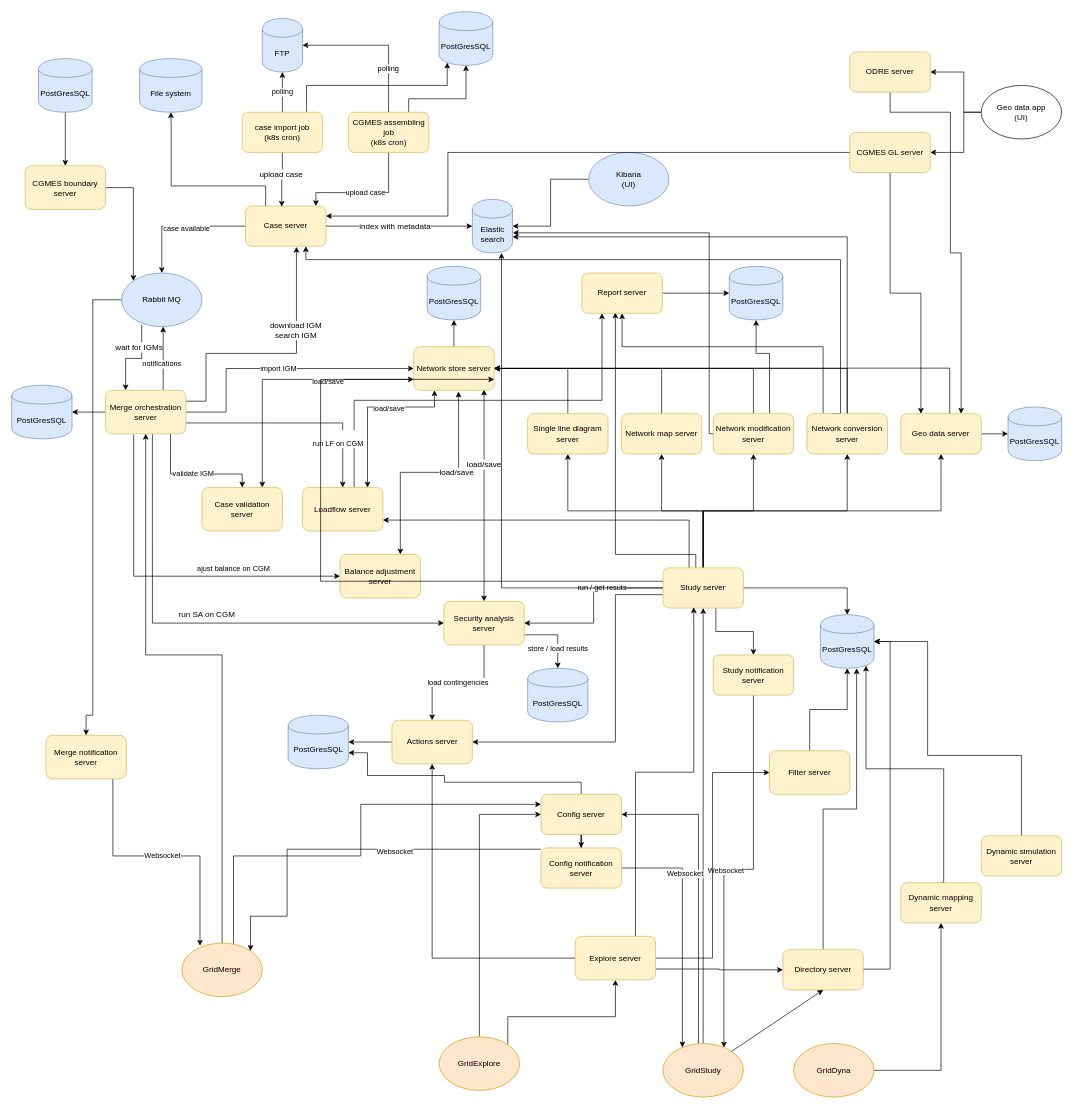
Above: diagrams/gridsuite_architecture.drawio in gridsuite/documentation (draw.io), before the change. Source tidied: cells renumbered, new cells numbered last; positions are measured from the earlier drawing's top-left corner, leaving out a move shared by most shapes. Both pictures are drawn from the tidied source at 67%, with x=0, y=0 at pixel (11, 11).
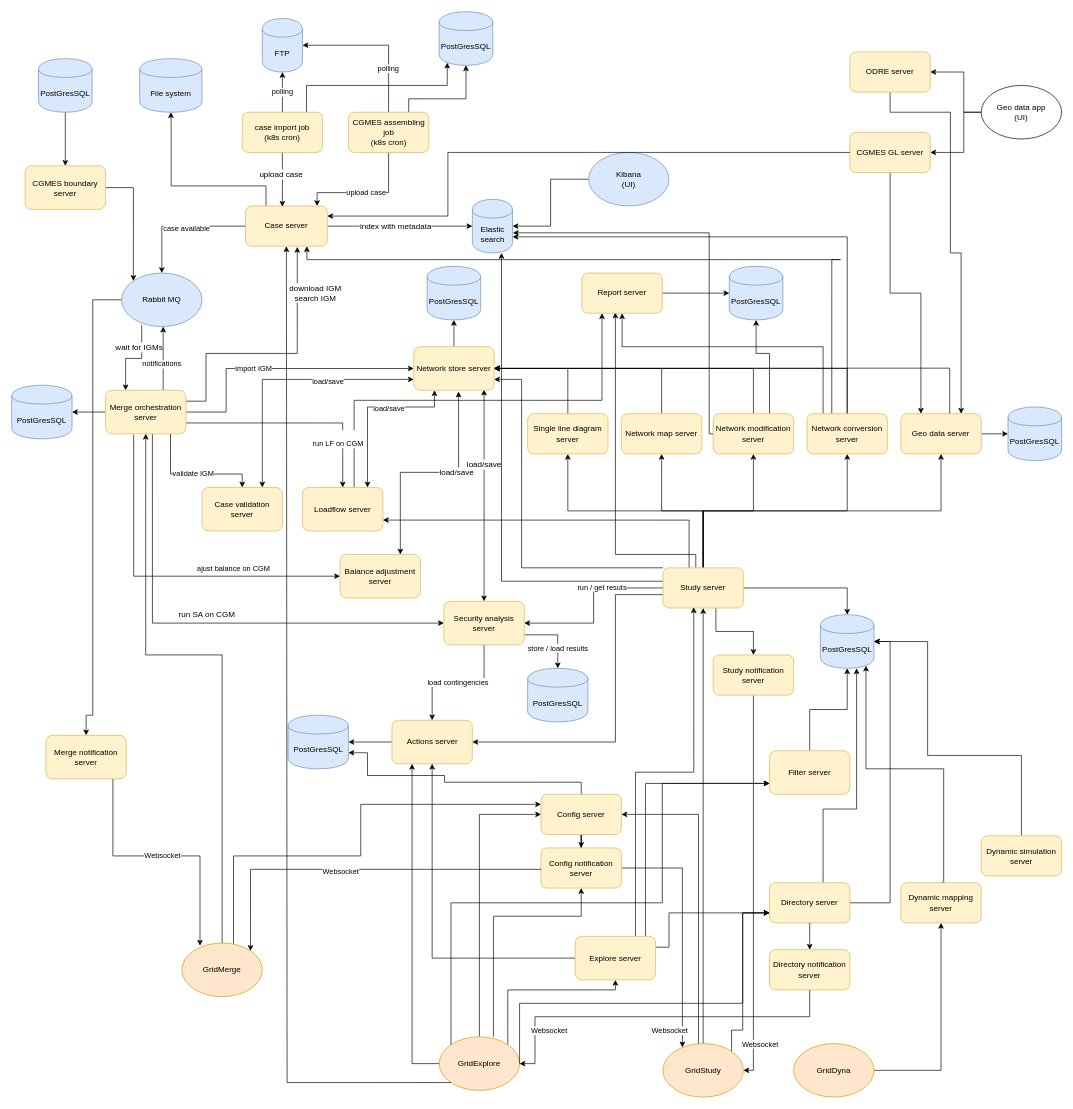
The same diagram, later.

Commit message (it also covers changes not shown here):
docs(): Update diagram with all links to GridExplore and Add Directory notification server

Unchanged cells that the change refers to:
```xml
<mxCell id="26" value="Elastic search" style="shape=cylinder;whiteSpace=wrap;html=1;boundedLbl=1;backgroundOutline=1;fillColor=#dae8fc;strokeColor=#6c8ebf;" parent="1" vertex="1">
  <mxGeometry x="687.5" y="280" width="60" height="80" as="geometry" />
</mxCell>
<mxCell id="34" value="Network store server" style="rounded=1;whiteSpace=wrap;html=1;fillColor=#fff2cc;strokeColor=#d6b656;" parent="1" vertex="1">
  <mxGeometry x="600" y="500" width="120" height="65" as="geometry" />
</mxCell>
<mxCell id="47" value="Merge orchestration server" style="rounded=1;whiteSpace=wrap;html=1;fillColor=#fff2cc;strokeColor=#d6b656;" parent="1" vertex="1">
  <mxGeometry x="140" y="565" width="120" height="65" as="geometry" />
</mxCell>
<mxCell id="50" value="Actions server" style="rounded=1;whiteSpace=wrap;html=1;fillColor=#fff2cc;strokeColor=#d6b656;" parent="1" vertex="1">
  <mxGeometry x="567.5" y="1057.5" width="120" height="65" as="geometry" />
</mxCell>
<mxCell id="61" value="&lt;div&gt;CGMES assembling job&lt;br&gt;&lt;/div&gt;&lt;div&gt;(k8s cron)&lt;/div&gt;" style="rounded=1;whiteSpace=wrap;html=1;fillColor=#fff2cc;strokeColor=#d6b656;" parent="1" vertex="1">
  <mxGeometry x="502.5" y="150" width="120" height="60" as="geometry" />
</mxCell>
<mxCell id="76" value="Study server" style="rounded=1;whiteSpace=wrap;html=1;fillColor=#fff2cc;strokeColor=#d6b656;" parent="1" vertex="1">
  <mxGeometry x="972" y="830" width="120" height="60" as="geometry" />
</mxCell>
<mxCell id="103" value="GridMerge" style="ellipse;whiteSpace=wrap;html=1;fillColor=#ffe6cc;strokeColor=#d79b00;" parent="1" vertex="1">
  <mxGeometry x="254" y="1390" width="120" height="80" as="geometry" />
</mxCell>
<mxCell id="109" value="GridStudy" style="ellipse;whiteSpace=wrap;html=1;fillColor=#ffe6cc;strokeColor=#d79b00;" parent="1" vertex="1">
  <mxGeometry x="972" y="1540" width="120" height="80" as="geometry" />
</mxCell>
<mxCell id="116" value="Study notification server" style="rounded=1;whiteSpace=wrap;html=1;fillColor=#fff2cc;strokeColor=#d6b656;" parent="1" vertex="1">
  <mxGeometry x="1047" y="960" width="120" height="60" as="geometry" />
</mxCell>
<mxCell id="119" value="GridExplore" style="ellipse;whiteSpace=wrap;html=1;fillColor=#ffe6cc;strokeColor=#d79b00;" parent="1" vertex="1">
  <mxGeometry x="638" y="1530" width="120" height="80" as="geometry" />
</mxCell>
<mxCell id="120" value="PostGresSQL" style="shape=cylinder;whiteSpace=wrap;html=1;boundedLbl=1;backgroundOutline=1;fillColor=#dae8fc;strokeColor=#6c8ebf;" parent="1" vertex="1">
  <mxGeometry x="1207" y="900" width="80" height="80" as="geometry" />
</mxCell>
<mxCell id="122" value="Filter server" style="rounded=1;whiteSpace=wrap;html=1;fillColor=#fff2cc;strokeColor=#d6b656;" parent="1" vertex="1">
  <mxGeometry x="1131" y="1103" width="120" height="65" as="geometry" />
</mxCell>
<mxCell id="137" style="edgeStyle=orthogonalEdgeStyle;rounded=0;jettySize=auto;html=1;" parent="1" edge="1" source="139" target="109">
  <mxGeometry relative="1" as="geometry">
    <Array as="points">
      <mxPoint x="1001" y="1278" />
    </Array>
  </mxGeometry>
</mxCell>
<mxCell id="139" value="Config notification server" style="rounded=1;whiteSpace=wrap;html=1;fillColor=#fff2cc;strokeColor=#d6b656;" parent="1" vertex="1">
  <mxGeometry x="790" y="1248" width="120" height="60" as="geometry" />
</mxCell>
<mxCell id="144" value="&lt;div&gt;Explore server&lt;/div&gt;" style="rounded=1;whiteSpace=wrap;html=1;fillColor=#fff2cc;strokeColor=#d6b656;" parent="1" vertex="1">
  <mxGeometry x="841" y="1380" width="120" height="65" as="geometry" />
</mxCell>
```

Diff of the diagram source:
```diff
@@
     <mxCell id="6" value="upload case" style="edgeStyle=orthogonalEdgeStyle;rounded=0;jettySize=auto;html=1;entryX=0.5;entryY=1;entryDx=0;entryDy=0;startArrow=classic;startFill=1;strokeColor=#000000;fontColor=#000000;exitX=0.875;exitY=0;exitDx=0;exitDy=0;exitPerimeter=0;endArrow=none;endFill=0;" parent="1" edge="1" source="8" target="61">
       <mxGeometry relative="1" as="geometry">
         <Array as="points">
-          <mxPoint x="454" y="270" />
+          <mxPoint x="456" y="270" />
           <mxPoint x="563" y="270" />
-          <mxPoint x="563" y="210" />
         </Array>
       </mxGeometry>
     </mxCell>
@@
     <mxCell id="8" value="Case server" style="rounded=1;whiteSpace=wrap;html=1;fillColor=#fff2cc;strokeColor=#d6b656;" parent="1" vertex="1">
-      <mxGeometry x="349" y="290" width="120" height="60" as="geometry" />
+      <mxGeometry x="349" y="290" width="122" height="60" as="geometry" />
     </mxCell>
@@
     <mxCell id="19" style="edgeStyle=orthogonalEdgeStyle;rounded=0;jettySize=auto;html=1;entryX=0.633;entryY=1.017;entryDx=0;entryDy=0;entryPerimeter=0;exitX=1;exitY=0.25;exitDx=0;exitDy=0;" parent="1" edge="1" source="47" target="8">
       <mxGeometry relative="1" as="geometry">
         <Array as="points">
           <mxPoint x="290" y="581" />
           <mxPoint x="290" y="510" />
-          <mxPoint x="425" y="510" />
+          <mxPoint x="426" y="510" />
         </Array>
       </mxGeometry>
     </mxCell>
     <mxCell id="20" value="&lt;div&gt;download IGM&lt;/div&gt;&lt;div&gt;search IGM&lt;br&gt;&lt;/div&gt;" style="text;html=1;align=center;verticalAlign=middle;labelBackgroundColor=#ffffff;" parent="19" vertex="1">
-      <mxGeometry x="0.37" y="1" relative="1" as="geometry" />
+      <mxGeometry x="0.37" y="1" relative="1" as="geometry">
+        <mxPoint x="27" y="-56" as="offset" />
+      </mxGeometry>
     </mxCell>
     <mxCell id="21" value="import IGM" style="edgeStyle=orthogonalEdgeStyle;rounded=0;jettySize=auto;html=1;entryX=0;entryY=0.5;entryDx=0;entryDy=0;strokeColor=#000000;fontColor=#000000;exitX=1;exitY=0.5;exitDx=0;exitDy=0;" parent="1" edge="1" source="47" target="34">
-      <mxGeometry relative="1" as="geometry">
+      <mxGeometry x="-0.18" relative="1" as="geometry">
         <Array as="points">
           <mxPoint x="320" y="598" />
           <mxPoint x="320" y="533" />
         </Array>
       </mxGeometry>
     </mxCell>
@@
-    <mxCell id="73" style="edgeStyle=orthogonalEdgeStyle;rounded=0;jettySize=auto;html=1;entryX=1;entryY=0.75;entryDx=0;entryDy=0;" parent="1" edge="1" source="76" target="34">
+    <mxCell id="73" style="edgeStyle=orthogonalEdgeStyle;rounded=0;jettySize=auto;html=1;entryX=1;entryY=0.75;entryDx=0;entryDy=0;exitX=0;exitY=0;exitDx=0;exitDy=0;" parent="1" edge="1" source="76" target="34">
       <mxGeometry relative="1" as="geometry">
         <Array as="points">
-          <mxPoint x="461" y="850" />
-          <mxPoint x="461" y="549" />
+          <mxPoint x="761" y="830" />
+          <mxPoint x="761" y="549" />
         </Array>
       </mxGeometry>
     </mxCell>
@@
     <mxCell id="75" style="edgeStyle=orthogonalEdgeStyle;rounded=0;jettySize=auto;html=1;" parent="1" edge="1" source="76" target="26">
       <mxGeometry relative="1" as="geometry">
         <Array as="points">
-          <mxPoint x="731" y="860" />
+          <mxPoint x="731" y="850" />
         </Array>
       </mxGeometry>
     </mxCell>
@@
-    <mxCell id="114" style="edgeStyle=orthogonalEdgeStyle;rounded=0;jettySize=auto;html=1;entryX=0.758;entryY=0.075;entryDx=0;entryDy=0;entryPerimeter=0;" parent="1" edge="1" source="116" target="109">
-      <mxGeometry relative="1" as="geometry" />
+    <mxCell id="114" style="edgeStyle=orthogonalEdgeStyle;rounded=0;jettySize=auto;html=1;entryX=1;entryY=0.5;entryDx=0;entryDy=0;" parent="1" edge="1" source="116" target="109">
+      <mxGeometry relative="1" as="geometry">
+        <Array as="points">
+          <mxPoint x="1107" y="1580" />
+        </Array>
+      </mxGeometry>
     </mxCell>
     <mxCell id="115" value="Websocket" style="edgeLabel;html=1;align=center;verticalAlign=middle;" parent="114" vertex="1">
-      <mxGeometry x="0.07" y="3" relative="1" as="geometry" />
+      <mxGeometry x="0.07" y="3" relative="1" as="geometry">
+        <mxPoint x="6" y="212" as="offset" />
+      </mxGeometry>
     </mxCell>
@@
     <mxCell id="117" style="edgeStyle=orthogonalEdgeStyle;rounded=0;jettySize=auto;html=1;exitX=1;exitY=0;exitDx=0;exitDy=0;" parent="1" edge="1" source="119" target="144">
       <mxGeometry relative="1" as="geometry">
         <Array as="points">
-          <mxPoint x="740" y="1500" />
-          <mxPoint x="901" y="1500" />
+          <mxPoint x="740" y="1460" />
+          <mxPoint x="901" y="1460" />
         </Array>
       </mxGeometry>
     </mxCell>
@@
     <mxCell id="128" style="edgeStyle=orthogonalEdgeStyle;rounded=0;jettySize=auto;html=1;entryX=1;entryY=0.5;entryDx=0;entryDy=0;" parent="1" edge="1" source="130" target="120">
       <mxGeometry relative="1" as="geometry">
         <Array as="points">
-          <mxPoint x="1311" y="1429" />
+          <mxPoint x="1311" y="1330" />
           <mxPoint x="1311" y="940" />
         </Array>
       </mxGeometry>
     </mxCell>
@@
     <mxCell id="130" value="Directory server" style="rounded=1;whiteSpace=wrap;html=1;fillColor=#fff2cc;strokeColor=#d6b656;" parent="1" vertex="1">
-      <mxGeometry x="1151" y="1400" width="120" height="60" as="geometry" />
+      <mxGeometry x="1131" y="1300" width="120" height="60" as="geometry" />
     </mxCell>
@@
-    <mxCell id="135" style="edgeStyle=orthogonalEdgeStyle;rounded=0;jettySize=auto;html=1;entryX=1;entryY=0;entryDx=0;entryDy=0;" parent="1" edge="1" source="139" target="103">
+    <mxCell id="135" style="edgeStyle=orthogonalEdgeStyle;rounded=0;jettySize=auto;html=1;entryX=1;entryY=0;entryDx=0;entryDy=0;exitX=0;exitY=0.5;exitDx=0;exitDy=0;" parent="1" edge="1" source="139" target="103">
       <mxGeometry relative="1" as="geometry">
         <Array as="points">
-          <mxPoint x="411" y="1250" />
-          <mxPoint x="411" y="1350" />
-          <mxPoint x="356" y="1350" />
+          <mxPoint x="790" y="1280" />
+          <mxPoint x="356" y="1280" />
         </Array>
       </mxGeometry>
     </mxCell>
     <mxCell id="136" value="Websocket" style="edgeLabel;html=1;align=center;verticalAlign=middle;" parent="135" vertex="1">
-      <mxGeometry x="-0.25" y="2" relative="1" as="geometry" />
+      <mxGeometry x="-0.25" y="2" relative="1" as="geometry">
+        <mxPoint x="-93" as="offset" />
+      </mxGeometry>
     </mxCell>
@@
     <mxCell id="138" value="Websocket" style="edgeLabel;html=1;align=center;verticalAlign=middle;" parent="137" vertex="1">
-      <mxGeometry x="-0.45" y="3" relative="1" as="geometry" />
+      <mxGeometry x="-0.45" y="3" relative="1" as="geometry">
+        <mxPoint x="-23" y="234" as="offset" />
+      </mxGeometry>
     </mxCell>
@@
-    <mxCell id="140" style="edgeStyle=orthogonalEdgeStyle;rounded=0;jettySize=auto;html=1;entryX=0;entryY=0.5;entryDx=0;entryDy=0;exitX=1;exitY=0.75;exitDx=0;exitDy=0;" parent="1" edge="1" source="144" target="130">
-      <mxGeometry relative="1" as="geometry" />
+    <mxCell id="140" style="edgeStyle=orthogonalEdgeStyle;rounded=0;jettySize=auto;html=1;entryX=0;entryY=0.75;entryDx=0;entryDy=0;exitX=1;exitY=0.25;exitDx=0;exitDy=0;" parent="1" edge="1" source="144" target="130">
+      <mxGeometry relative="1" as="geometry">
+        <Array as="points">
+          <mxPoint x="981" y="1396" />
+          <mxPoint x="981" y="1345" />
+        </Array>
+      </mxGeometry>
     </mxCell>
@@
-    <mxCell id="143" style="edgeStyle=orthogonalEdgeStyle;rounded=0;jettySize=auto;html=1;entryX=0;entryY=0.5;entryDx=0;entryDy=0;" parent="1" edge="1" source="144" target="122">
-      <mxGeometry relative="1" as="geometry" />
+    <mxCell id="143" style="edgeStyle=orthogonalEdgeStyle;rounded=0;jettySize=auto;html=1;exitX=0.875;exitY=0;exitDx=0;exitDy=0;exitPerimeter=0;entryX=0;entryY=0.75;entryDx=0;entryDy=0;" parent="1" edge="1" source="144" target="122">
+      <mxGeometry relative="1" as="geometry">
+        <Array as="points">
+          <mxPoint x="946" y="1152" />
+        </Array>
+      </mxGeometry>
     </mxCell>
@@
-    <mxCell id="149" style="endArrow=classic;html=1;rounded=0;exitX=1;exitY=0;exitDx=0;exitDy=0;entryX=0.5;entryY=1;entryDx=0;entryDy=0;" parent="1" edge="1" source="109" target="130">
-      <mxGeometry relative="1" as="geometry" />
+    <mxCell id="149" style="endArrow=classic;html=1;rounded=0;exitX=1;exitY=0;exitDx=0;exitDy=0;edgeStyle=orthogonalEdgeStyle;elbow=vertical;entryX=0;entryY=0.75;entryDx=0;entryDy=0;" parent="1" edge="1" source="109" target="130">
+      <mxGeometry relative="1" as="geometry">
+        <Array as="points">
+          <mxPoint x="1074" y="1520" />
+          <mxPoint x="1091" y="1520" />
+          <mxPoint x="1091" y="1345" />
+        </Array>
+      </mxGeometry>
     </mxCell>
@@
+    <mxCell id="153" style="endArrow=classic;html=1;rounded=0;entryX=0.5;entryY=1;entryDx=0;entryDy=0;edgeStyle=orthogonalEdgeStyle;" parent="1" edge="1" target="139">
+      <mxGeometry relative="1" as="geometry">
+        <mxPoint x="719" y="1530" as="sourcePoint" />
+        <Array as="points">
+          <mxPoint x="719" y="1350" />
+          <mxPoint x="850" y="1350" />
+        </Array>
+      </mxGeometry>
+    </mxCell>
+    <mxCell id="154" style="endArrow=classic;html=1;rounded=0;exitX=1;exitY=0.5;exitDx=0;exitDy=0;entryX=0;entryY=0.75;entryDx=0;entryDy=0;edgeStyle=orthogonalEdgeStyle;elbow=vertical;" parent="1" edge="1" source="119" target="130">
+      <mxGeometry relative="1" as="geometry">
+        <Array as="points">
+          <mxPoint x="758" y="1480" />
+          <mxPoint x="1091" y="1480" />
+          <mxPoint x="1091" y="1345" />
+        </Array>
+      </mxGeometry>
+    </mxCell>
+    <mxCell id="155" value="Directory notification server" style="rounded=1;whiteSpace=wrap;html=1;fillColor=#fff2cc;strokeColor=#d6b656;" parent="1" vertex="1">
+      <mxGeometry x="1131" y="1400" width="120" height="60" as="geometry" />
+    </mxCell>
+    <mxCell id="156" style="edgeStyle=orthogonalEdgeStyle;rounded=0;jettySize=auto;html=1;entryX=1;entryY=0.5;entryDx=0;entryDy=0;exitX=0.5;exitY=1;exitDx=0;exitDy=0;" parent="1" edge="1" source="155" target="119">
+      <mxGeometry relative="1" as="geometry">
+        <Array as="points">
+          <mxPoint x="1191" y="1500" />
+          <mxPoint x="781" y="1500" />
+          <mxPoint x="781" y="1570" />
+        </Array>
+      </mxGeometry>
+    </mxCell>
+    <mxCell id="157" value="Websocket" style="edgeLabel;html=1;align=center;verticalAlign=middle;" parent="156" vertex="1">
+      <mxGeometry x="0.07" y="3" relative="1" as="geometry">
+        <mxPoint x="-139" y="17" as="offset" />
+      </mxGeometry>
+    </mxCell>
+    <mxCell id="158" style="endArrow=classic;html=1;rounded=0;elbow=vertical;entryX=0.5;entryY=0;entryDx=0;entryDy=0;exitX=0.5;exitY=1;exitDx=0;exitDy=0;" parent="1" edge="1" source="130" target="155">
+      <mxGeometry relative="1" as="geometry" />
+    </mxCell>
+    <mxCell id="159" style="edgeStyle=orthogonalEdgeStyle;rounded=0;jettySize=auto;html=1;exitX=0;exitY=0.5;exitDx=0;exitDy=0;entryX=0.25;entryY=1;entryDx=0;entryDy=0;" parent="1" edge="1" source="119" target="50">
+      <mxGeometry relative="1" as="geometry">
+        <Array as="points">
+          <mxPoint x="598" y="1570" />
+        </Array>
+      </mxGeometry>
+    </mxCell>
+    <mxCell id="160" style="edgeStyle=orthogonalEdgeStyle;rounded=0;jettySize=auto;html=1;entryX=0;entryY=0.75;entryDx=0;entryDy=0;exitX=0;exitY=0;exitDx=0;exitDy=0;" parent="1" edge="1" source="119" target="122">
+      <mxGeometry relative="1" as="geometry">
+        <Array as="points">
+          <mxPoint x="656" y="1330" />
+          <mxPoint x="971" y="1330" />
+          <mxPoint x="971" y="1152" />
+        </Array>
+      </mxGeometry>
+    </mxCell>
+    <mxCell id="161" style="edgeStyle=orthogonalEdgeStyle;rounded=0;jettySize=auto;html=1;exitX=0;exitY=1;exitDx=0;exitDy=0;entryX=0.5;entryY=1;entryDx=0;entryDy=0;" parent="1" edge="1" source="119" target="8">
+      <mxGeometry relative="1" as="geometry">
+        <Array as="points">
+          <mxPoint x="411" y="1598" />
+        </Array>
+      </mxGeometry>
+    </mxCell>
```
